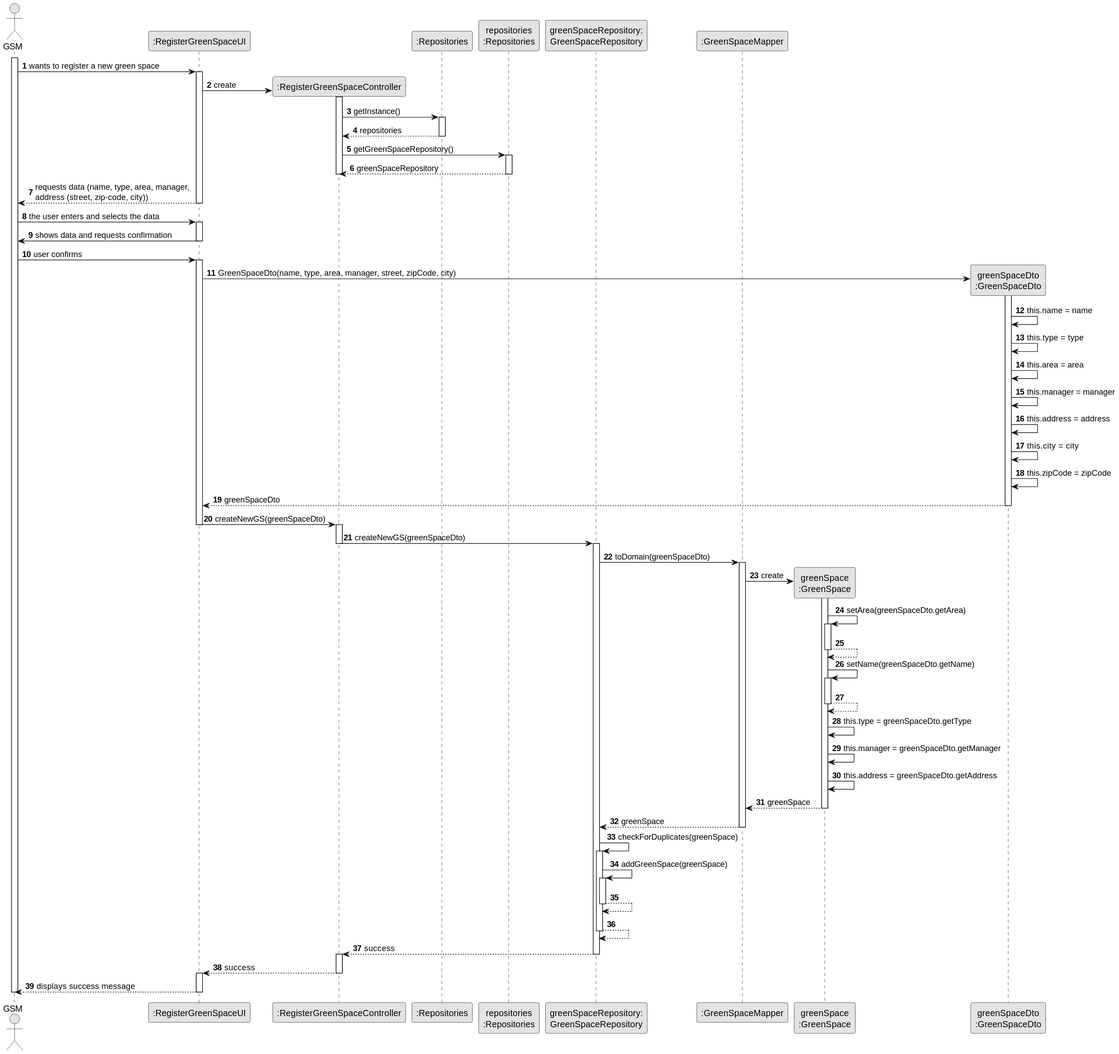
The PlantUML diagram docs/sprintC/us020/03.design/svg/us020-sequence-diagram-full.svg in ricardomm7/leaflink, before a commit.
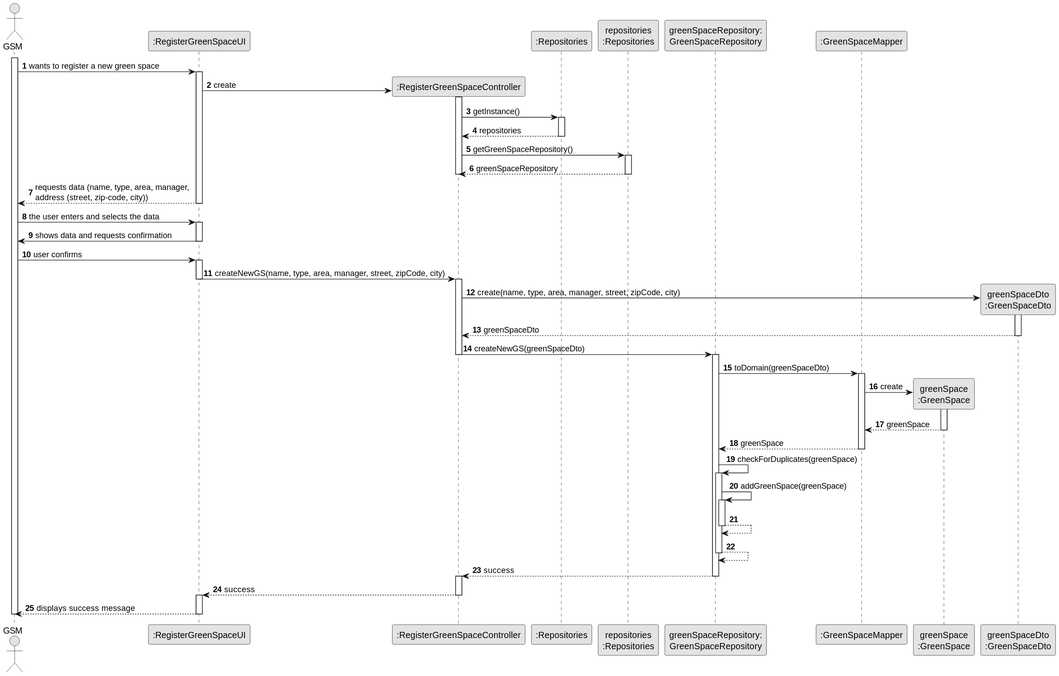
The same diagram one commit later.

The edit, as a diff of the source:
```diff
@@ -41,21 +41,13 @@
 GSM -> UI: user confirms
 activate UI
 
-UI->DTO** : GreenSpaceDto(name, type, area, manager, street, zipCode, city)
-activate DTO
-DTO -> DTO : this.name = name
-DTO -> DTO : this.type = type
-DTO -> DTO : this.area = area
-DTO -> DTO : this.manager = manager
-DTO -> DTO : this.address = address
-DTO -> DTO : this.city = city
-DTO -> DTO : this.zipCode = zipCode
-DTO --> UI : greenSpaceDto
-deactivate DTO
-
-UI -> CTRL : createNewGS(greenSpaceDto)
+UI -> CTRL : createNewGS(name, type, area, manager, street, zipCode, city)
 deactivate UI
 activate CTRL
+CTRL->DTO** : create(name, type, area, manager, street, zipCode, city)
+activate DTO
+DTO --> CTRL : greenSpaceDto
+deactivate DTO
 CTRL -> gsrepo : createNewGS(greenSpaceDto)
 deactivate CTRL
 activate gsrepo
@@ -65,20 +57,7 @@
 GSMP -> GS** : create
 
 activate GS
-GS -> GS : setArea(greenSpaceDto.getArea)
-activate GS
-GS --> GS
-deactivate GS
 
-GS -> GS : setName(greenSpaceDto.getName)
-activate GS
-GS --> GS
-deactivate GS
-
-GS -> GS : this.type = greenSpaceDto.getType
-
-GS -> GS : this.manager = greenSpaceDto.getManager
-GS -> GS : this.address = greenSpaceDto.getAddress
 
 GS --> GSMP : greenSpace
 deactivate GS
```
